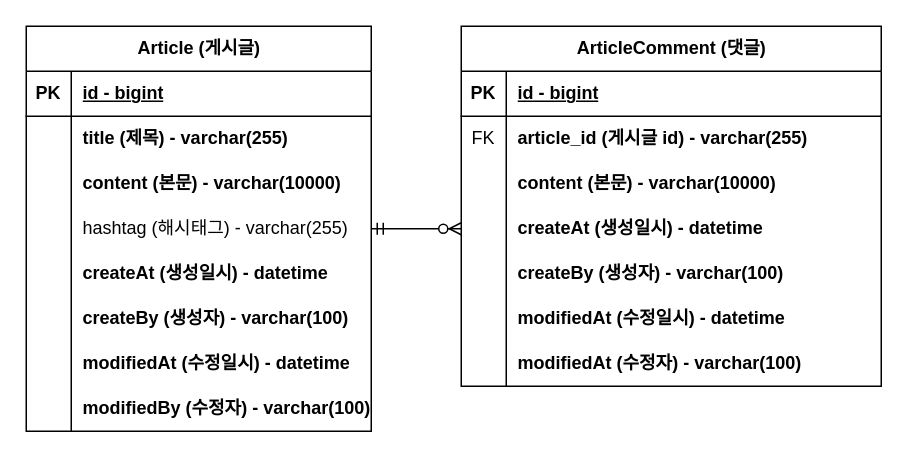
Earlier version of the draw.io diagram document/board-erd.drawio (ddangme/board). Source tidied: cells renumbered, new cells numbered last; positions are measured from the earlier drawing's top-left corner, leaving out a move shared by most shapes. Both pictures are drawn from the tidied source at 150%, with x=0, y=0 at pixel (26, 26).
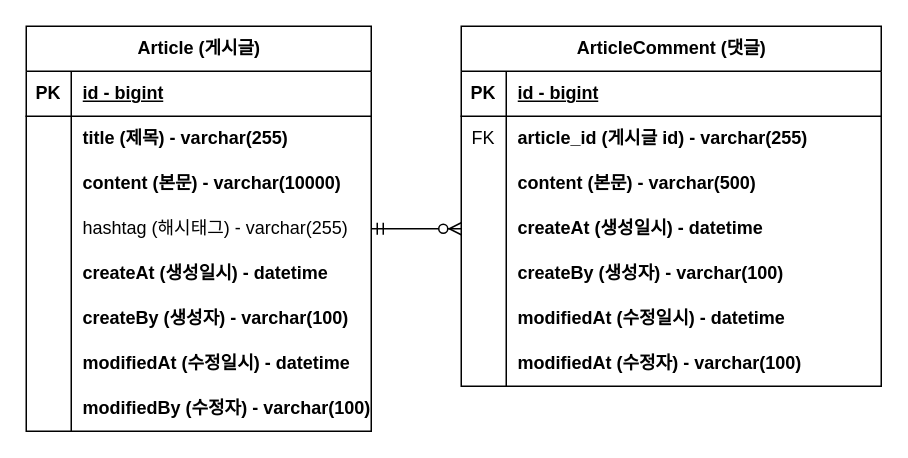
The same diagram, later.

Commit message:
#11 - erd 변경: ArtcleComment 본문 사이즈 변경

Unchanged cells that the change refers to:
```xml
<mxCell id="34" style="shape=tableRow;horizontal=0;startSize=0;swimlaneHead=0;swimlaneBody=0;fillColor=none;top=0;left=0;right=0;bottom=0;" parent="27" vertex="1">
  <mxGeometry y="90" width="280" height="30" as="geometry" />
</mxCell>
```

Diff of the diagram source:
```diff
@@
-    <mxCell id="36" value="content (본문) - varchar(10000)" style="shape=partialRectangle;fillColor=none;top=0;left=0;bottom=0;right=0;align=left;spacingLeft=6;overflow=hidden;whiteSpace=wrap;html=1;fontStyle=1;" parent="34" vertex="1">
+    <mxCell id="36" value="content (본문) - varchar(500)" style="shape=partialRectangle;fillColor=none;top=0;left=0;bottom=0;right=0;align=left;spacingLeft=6;overflow=hidden;whiteSpace=wrap;html=1;fontStyle=1;" parent="34" vertex="1">
       <mxGeometry x="30" width="250" height="30" as="geometry" />
     </mxCell>
```
